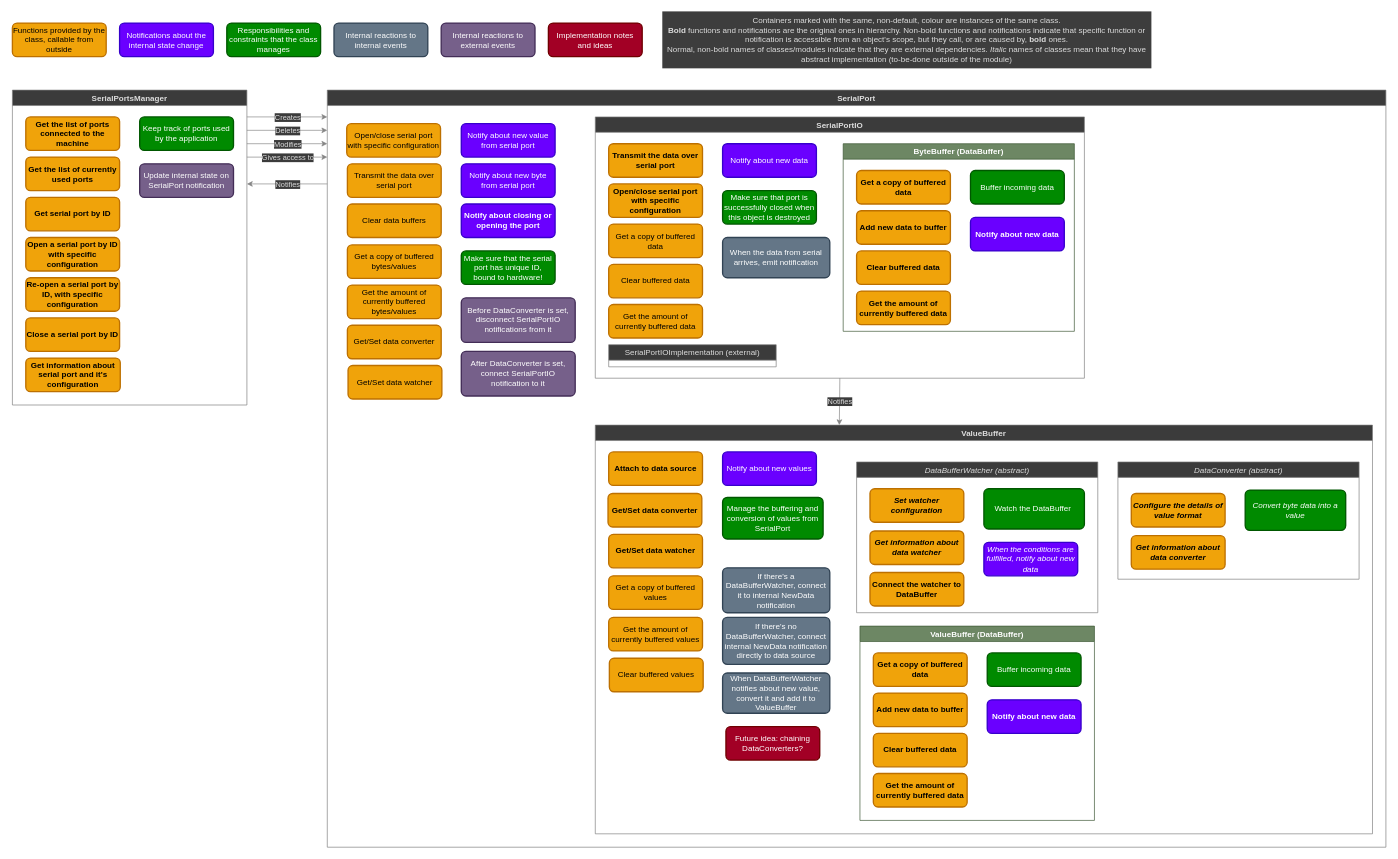
Before: docs/serialports_manager.drawio in SteelPh0enix/pySerialMonitor, a draw.io diagram. Source tidied: cells renumbered, new cells numbered last; positions are measured from the earlier drawing's top-left corner, leaving out a move shared by most shapes. Both pictures are drawn from the tidied source at 67%, with x=0, y=0 at pixel (12, 11).
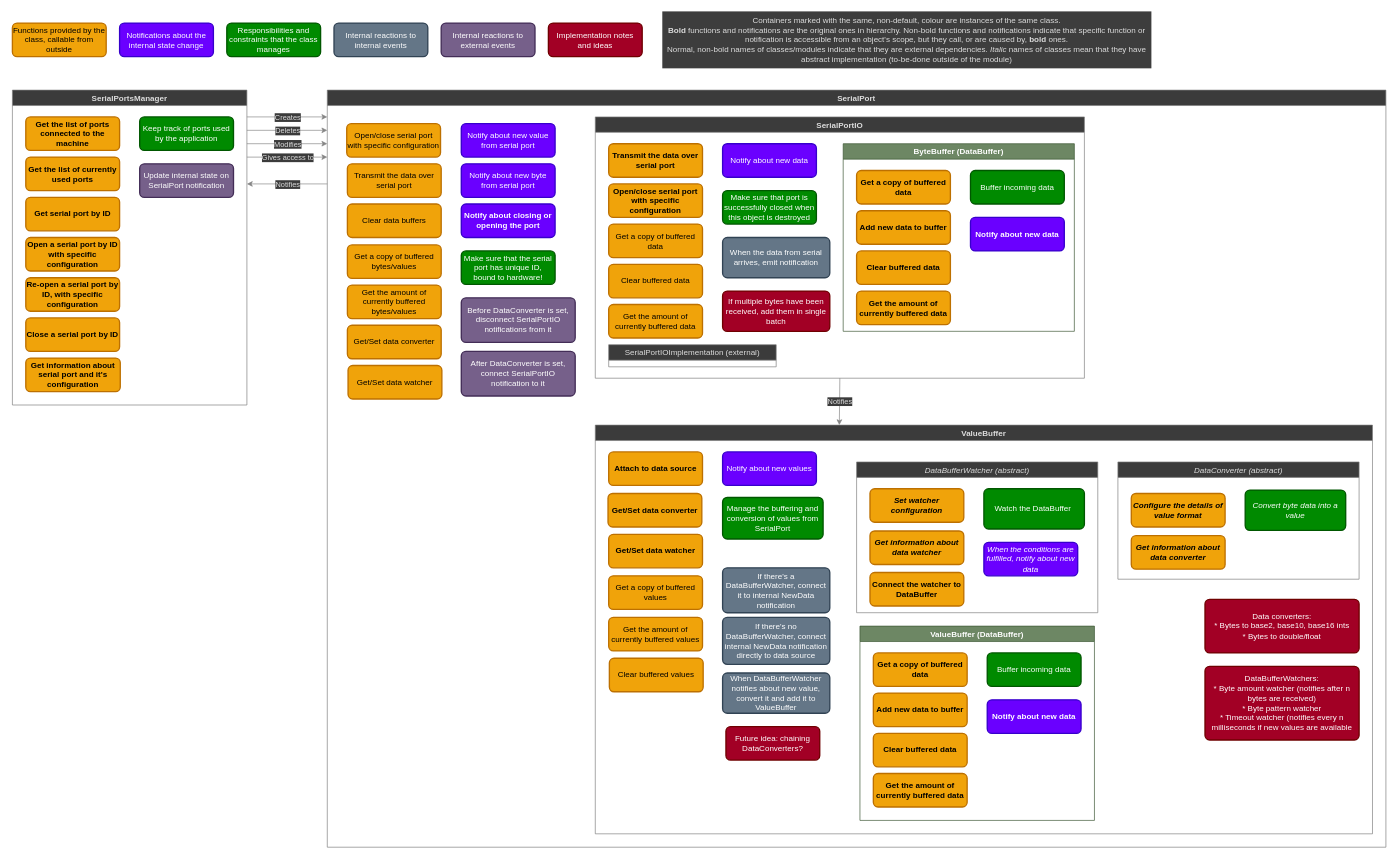
The same page after the edit.

Commit message:
Added some implementation notes

The change refers to these unchanged cells:
```xml
<mxCell id="20" value="ValueBuffer" style="swimlane;fontStyle=1;fillColor=#3B3B3B;strokeColor=#7D7D7D;fontColor=#DEDEDE;labelBackgroundColor=none;" parent="17" vertex="1">
  <mxGeometry x="400" y="500" width="1160" height="610" as="geometry" />
</mxCell>
<mxCell id="51" value="SerialPortIO" style="swimlane;fillColor=#3B3B3B;strokeColor=#7D7D7D;fontColor=#DEDEDE;labelBackgroundColor=none;" parent="17" vertex="1">
  <mxGeometry x="400" y="40" width="730" height="390" as="geometry" />
</mxCell>
```

The edit, as a diff of the source:
```diff
@@
+    <mxCell id="93" value="Data converters:&lt;br&gt;* Bytes to base2, base10, base16 ints&lt;br&gt;* Bytes to double/float" style="rounded=1;whiteSpace=wrap;html=1;absoluteArcSize=1;arcSize=14;strokeWidth=2;fillColor=#a20025;strokeColor=#6F0000;fontColor=#ffffff;" parent="20" vertex="1">
+      <mxGeometry x="910" y="260" width="230" height="80" as="geometry" />
+    </mxCell>
+    <mxCell id="94" value="DataBufferWatchers:&lt;br&gt;* Byte amount watcher (notifies after n bytes are received)&lt;br&gt;* Byte pattern watcher&lt;br&gt;* Timeout watcher (notifies every n milliseconds if new values are available" style="rounded=1;whiteSpace=wrap;html=1;absoluteArcSize=1;arcSize=14;strokeWidth=2;fillColor=#a20025;strokeColor=#6F0000;fontColor=#ffffff;" parent="20" vertex="1">
+      <mxGeometry x="910" y="360" width="230" height="110" as="geometry" />
+    </mxCell>
@@
+    <mxCell id="95" value="If multiple bytes have been received, add them in single batch" style="rounded=1;whiteSpace=wrap;html=1;absoluteArcSize=1;arcSize=14;strokeWidth=2;fillColor=#a20025;strokeColor=#6F0000;fontColor=#ffffff;" parent="51" vertex="1">
+      <mxGeometry x="190" y="260" width="160" height="60" as="geometry" />
+    </mxCell>
```
